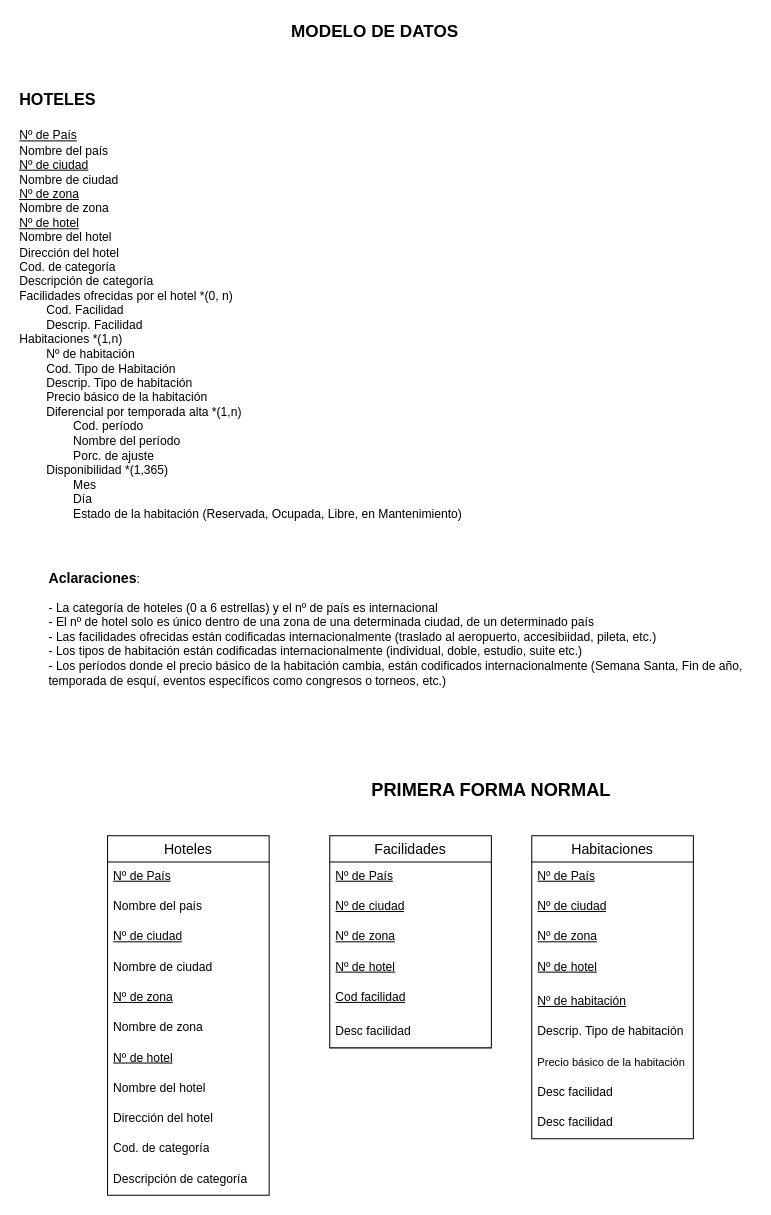
The draw.io diagram Diagrama-Entidad-Relacion.drawio in FrancoSimonFormia/TP-Hoteles-DABD-Grupo11, before the edit. Source tidied: cells renumbered, new cells numbered last; positions are measured from the earlier drawing's top-left corner, leaving out a move shared by most shapes. Both pictures are drawn from the tidied source at 101%, with x=0, y=0 at pixel (17, 17).
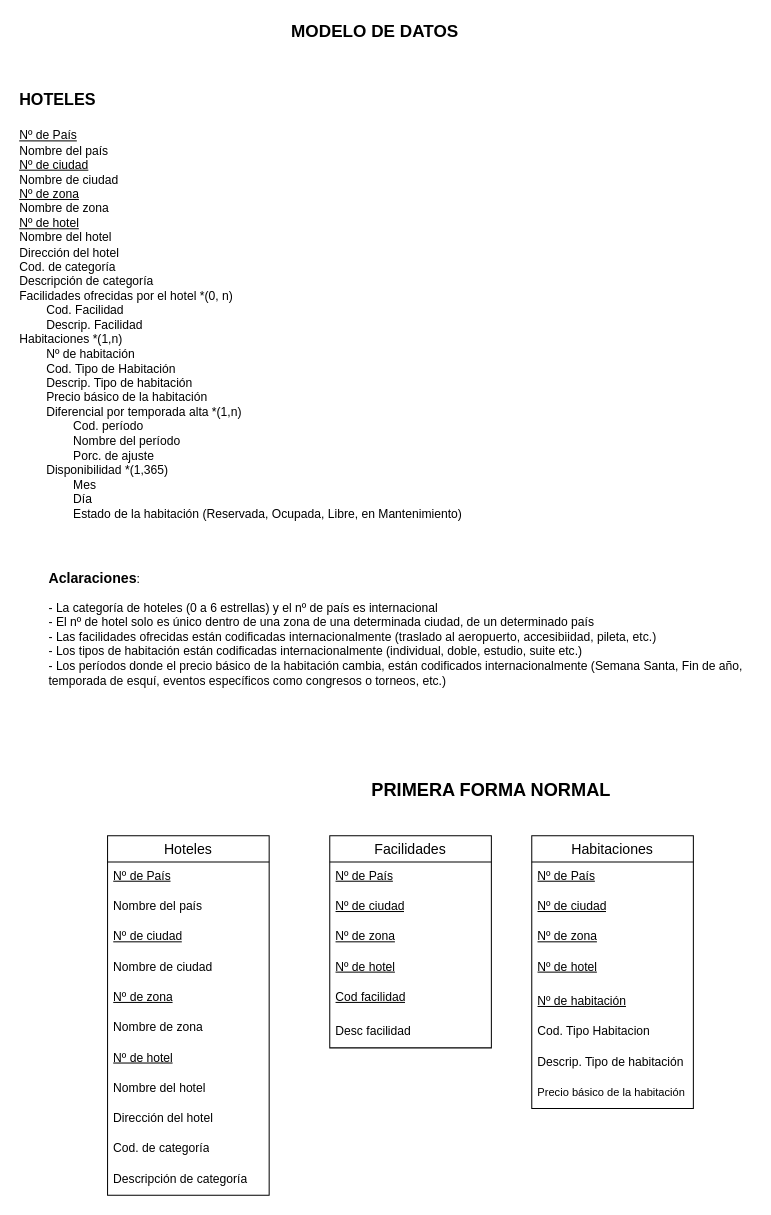
Above is the later version.

What changed in the source:
```diff
@@
     <mxCell id="25" value="Habitaciones" style="swimlane;fontStyle=0;horizontal=1;startSize=26;align=center;fontSize=14;" parent="1" vertex="1">
-      <mxGeometry x="509" y="810" width="160" height="300" as="geometry" />
+      <mxGeometry x="509" y="810" width="160" height="270" as="geometry" />
     </mxCell>
@@
+    <mxCell id="33" value="Cod. Tipo Habitacion" style="text;strokeColor=none;fillColor=none;spacingLeft=4;spacingRight=4;overflow=hidden;fontSize=12;whiteSpace=wrap;html=1;" parent="25" vertex="1">
+      <mxGeometry y="180" width="160" height="30" as="geometry" />
+    </mxCell>
     <mxCell id="31" value="Descrip. Tipo de habitación" style="text;strokeColor=none;fillColor=none;spacingLeft=4;spacingRight=4;overflow=hidden;fontSize=12;whiteSpace=wrap;html=1;" parent="25" vertex="1">
-      <mxGeometry y="180" width="160" height="30" as="geometry" />
+      <mxGeometry y="210" width="160" height="30" as="geometry" />
     </mxCell>
     <mxCell id="32" value="&lt;font style=&quot;font-size: 11px;&quot;&gt;Precio básico de la habitación&lt;/font&gt;" style="text;strokeColor=none;fillColor=none;spacingLeft=4;spacingRight=4;overflow=hidden;fontSize=12;whiteSpace=wrap;html=1;align=left;" parent="25" vertex="1">
-      <mxGeometry y="210" width="160" height="30" as="geometry" />
+      <mxGeometry y="240" width="160" height="30" as="geometry" />
     </mxCell>
-    <mxCell id="33" value="&lt;div&gt;Desc facilidad&lt;/div&gt;" style="text;strokeColor=none;fillColor=none;spacingLeft=4;spacingRight=4;overflow=hidden;fontSize=12;whiteSpace=wrap;html=1;" parent="25" vertex="1">
-      <mxGeometry y="240" width="160" height="30" as="geometry" />
-    </mxCell>
-    <mxCell id="34" value="&lt;div&gt;Desc facilidad&lt;/div&gt;" style="text;strokeColor=none;fillColor=none;spacingLeft=4;spacingRight=4;overflow=hidden;fontSize=12;whiteSpace=wrap;html=1;" parent="25" vertex="1">
-      <mxGeometry y="270" width="160" height="30" as="geometry" />
-    </mxCell>
```
